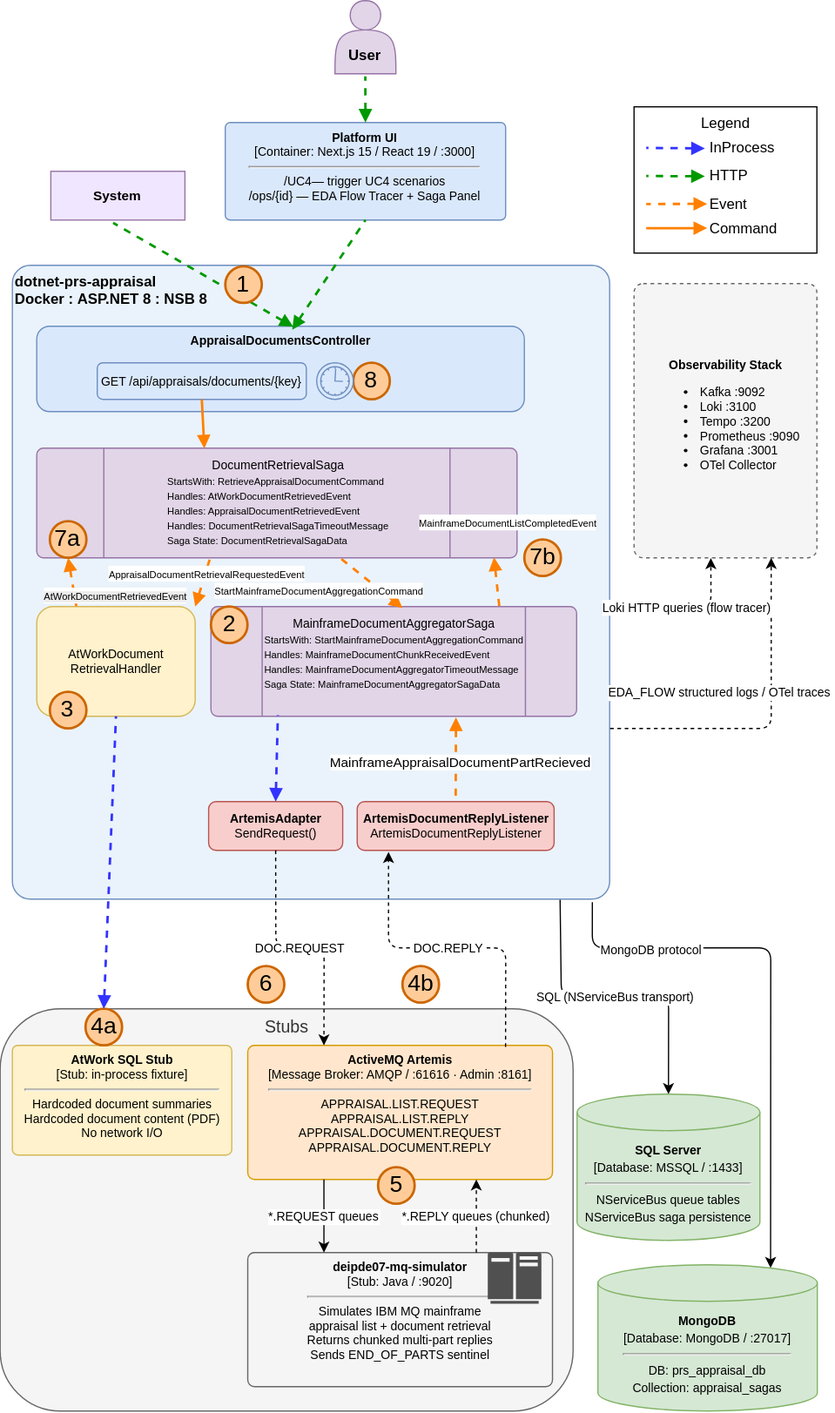
AIS-Commercial-Business-Unit/Middleware keeps this draw.io diagram as .pages_site/uc4-architecture-GetAppraisals.drawio.svg. Above is the earlier version. Source tidied: cells renumbered, new cells last; positions are measured from the earlier drawing's top-left corner, leaving out a move shared by most shapes.
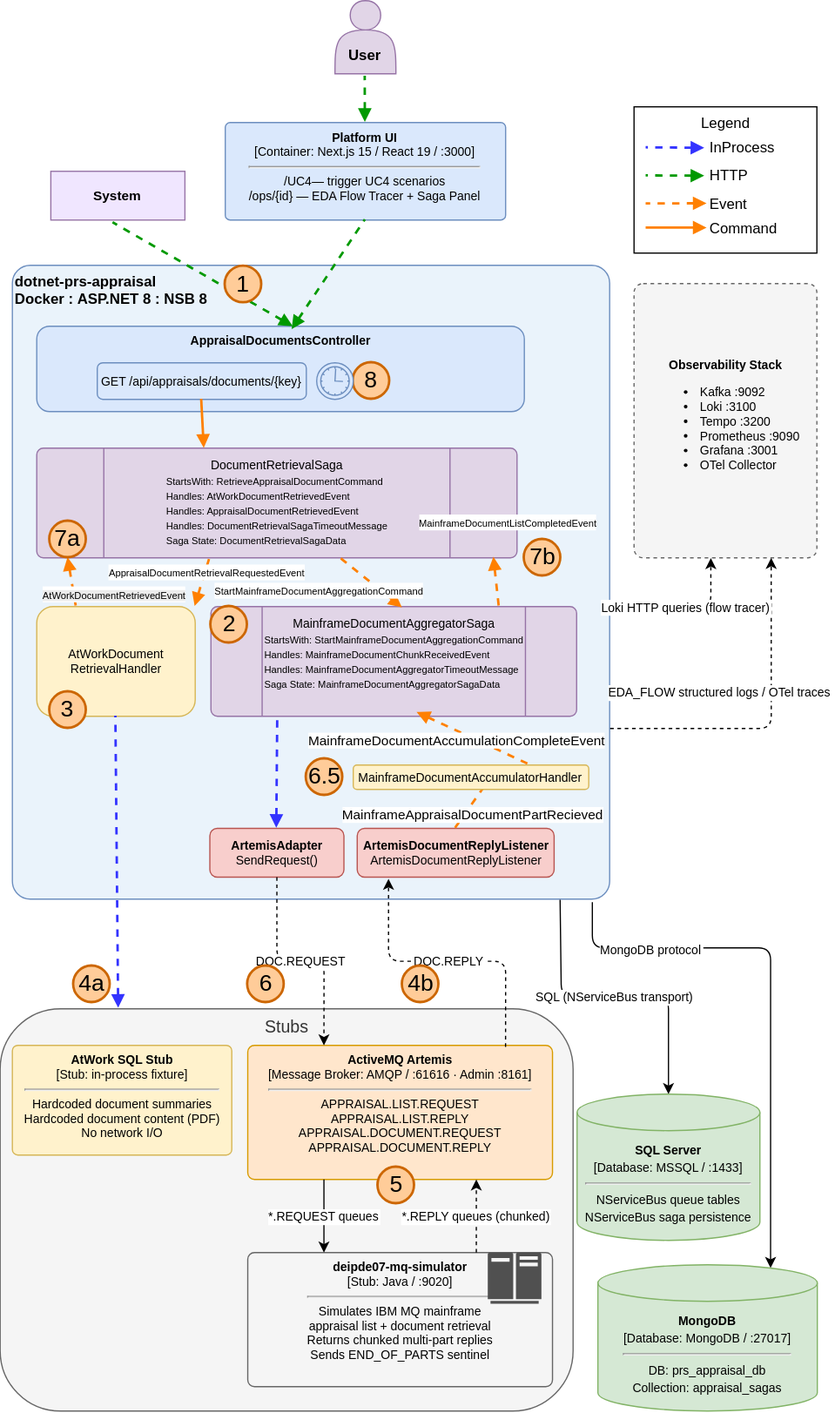
Above is the later version.

The edit, as a diff of the source:
```diff
@@ -77,21 +77,23 @@
       <mxGeometry x="172.6" y="497" width="300" height="90" as="geometry" />
     </mxCell>
     <mxCell id="22" value="&lt;div&gt;&lt;span style=&quot;background-color: transparent;&quot;&gt;&lt;b&gt;ArtemisDocumentReplyListener&lt;/b&gt;&lt;/span&gt;&lt;/div&gt;&lt;div&gt;ArtemisDocumentReplyListener&lt;/div&gt;" style="rounded=1;whiteSpace=wrap;html=1;fillColor=#f8cecc;strokeColor=#b85450;fontSize=10;" parent="1" vertex="1">
-      <mxGeometry x="292.6" y="657" width="161.5" height="40" as="geometry" />
+      <mxGeometry x="292.6" y="679" width="161.5" height="40" as="geometry" />
     </mxCell>
     <mxCell id="23" value="&lt;div&gt;&lt;b&gt;ArtemisAdapter&lt;/b&gt;&lt;/div&gt;&lt;div&gt;SendRequest()&lt;/div&gt;" style="rounded=1;whiteSpace=wrap;html=1;fillColor=#f8cecc;strokeColor=#b85450;fontSize=10;" parent="1" vertex="1">
-      <mxGeometry x="170.7" y="657" width="110" height="40" as="geometry" />
+      <mxGeometry x="171.7" y="679" width="110" height="40" as="geometry" />
     </mxCell>
     <mxCell id="24" style="endArrow=none;html=1;strokeWidth=2;rounded=0;startArrow=block;startFill=1;endFill=0;dashed=1;exitX=0.5;exitY=0;exitDx=0;exitDy=0;strokeColor=#3333FF;entryX=0.183;entryY=0.99;entryDx=0;entryDy=0;entryPerimeter=0;" parent="1" edge="1" source="23" target="21">
       <mxGeometry relative="1" as="geometry" />
     </mxCell>
     <mxCell id="25" style="endArrow=none;html=1;strokeWidth=2;rounded=0;startArrow=block;startFill=1;endFill=0;dashed=1;strokeColor=#FF8000;entryX=0.5;entryY=0;entryDx=0;entryDy=0;" parent="1" edge="1" target="22">
       <mxGeometry relative="1" as="geometry">
-        <mxPoint x="373.6" y="588" as="sourcePoint" />
+        <mxPoint x="410" y="627" as="sourcePoint" />
       </mxGeometry>
     </mxCell>
     <mxCell id="26" value="MainframeAppraisalDocumentPartRecieved" style="edgeLabel;html=1;align=center;verticalAlign=middle;" parent="25" vertex="1">
-      <mxGeometry x="0.05" y="3" relative="1" as="geometry" />
+      <mxGeometry x="0.05" y="3" relative="1" as="geometry">
+        <mxPoint x="-7" y="11" as="offset" />
+      </mxGeometry>
     </mxCell>
     <mxCell id="27" value="&lt;font style=&quot;font-size: 14px;&quot;&gt;Stubs&lt;/font&gt;" style="rounded=1;whiteSpace=wrap;html=1;align=center;verticalAlign=top;fillColor=#f5f5f5;fontColor=#333333;strokeColor=#666666;" parent="1" vertex="1">
       <mxGeometry x="-0.3" y="827" width="470" height="330" as="geometry" />
@@ -127,7 +129,7 @@
       <mxGeometry x="40.4" y="567" width="30" height="30" as="geometry" />
     </mxCell>
     <mxCell id="38" value="&lt;font style=&quot;color: rgb(0, 0, 0); font-size: 19px;&quot;&gt;4a&lt;/font&gt;" style="ellipse;whiteSpace=wrap;html=1;fillColor=#FFCC99;strokeColor=#CC6600;strokeWidth=2;" parent="1" vertex="1">
-      <mxGeometry x="69.7" y="827" width="30" height="30" as="geometry" />
+      <mxGeometry x="60" y="792" width="30" height="30" as="geometry" />
     </mxCell>
     <mxCell id="39" value="&lt;font style=&quot;color: rgb(0, 0, 0); font-size: 19px;&quot;&gt;4b&lt;/font&gt;&lt;span style=&quot;color: rgba(0, 0, 0, 0); font-family: monospace; font-size: 0px; text-align: start; white-space: nowrap;&quot;&gt;%3CmxGraphModel%3E%3Croot%3E%3CmxCell%20id%3D%220%22%2F%3E%3CmxCell%20id%3D%221%22%20parent%3D%220%22%2F%3E%3CmxCell%20id%3D%222%22%20parent%3D%221%22%20style%3D%22ellipse%3BwhiteSpace%3Dwrap%3Bhtml%3D1%3Baspect%3Dfixed%3BfillColor%3D%23FFCC99%3BstrokeColor%3D%23CC6600%3BstrokeWidth%3D2%3B%22%20value%3D%22%26lt%3Bfont%20style%3D%26quot%3Bcolor%3A%20rgb(0%2C%200%2C%200)%3B%20font-size%3A%2019px%3B%26quot%3B%26gt%3B4a%26lt%3B%2Ffont%26gt%3B%22%20vertex%3D%221%22%3E%3CmxGeometry%20height%3D%2230%22%20width%3D%2230%22%20x%3D%222230%22%20y%3D%22720%22%20as%3D%22geometry%22%2F%3E%3C%2FmxCell%3E%3C%2Froot%3E%3C%2FmxGraphModel%3E&lt;/span&gt;" style="ellipse;whiteSpace=wrap;html=1;fillColor=#FFCC99;strokeColor=#CC6600;strokeWidth=2;" parent="1" vertex="1">
       <mxGeometry x="329.7" y="792" width="30" height="30" as="geometry" />
@@ -165,7 +167,7 @@
         <mxPoint x="-39" y="11" as="offset" />
       </mxGeometry>
     </mxCell>
-    <mxCell id="49" style="endArrow=none;html=1;strokeWidth=2;rounded=0;startArrow=block;startFill=1;endFill=0;dashed=1;strokeColor=#3333FF;entryX=0.5;entryY=1;entryDx=0;entryDy=0;exitX=0.5;exitY=0;exitDx=0;exitDy=0;" parent="1" edge="1" source="38" target="20">
+    <mxCell id="49" style="endArrow=none;html=1;strokeWidth=2;rounded=0;startArrow=block;startFill=1;endFill=0;dashed=1;strokeColor=#3333FF;entryX=0.5;entryY=1;entryDx=0;entryDy=0;exitX=0.207;exitY=-0.001;exitDx=0;exitDy=0;exitPerimeter=0;" parent="1" edge="1" source="27" target="20">
       <mxGeometry relative="1" as="geometry" />
     </mxCell>
     <mxCell id="50" style="endArrow=none;html=1;strokeWidth=2;rounded=0;startArrow=block;startFill=1;endFill=0;dashed=1;strokeColor=#FF8000;entryX=0.25;entryY=0;entryDx=0;entryDy=0;exitX=0.5;exitY=1;exitDx=0;exitDy=0;" parent="1" edge="1" source="52" target="20">
@@ -227,5 +229,19 @@
     <mxCell id="64" style="sketch=0;shadow=0;dashed=0;html=1;strokeColor=none;fillColor=#505050;labelPosition=center;verticalLabelPosition=bottom;verticalAlign=top;align=center;shape=mxgraph.office.servers.mainframe_host;" parent="1" vertex="1">
       <mxGeometry x="399.7" y="1027" width="44" height="42" as="geometry" />
     </mxCell>
+    <mxCell id="65" value="&lt;div&gt;MainframeDocumentAccumulatorHandler&lt;/div&gt;" style="rounded=1;whiteSpace=wrap;html=1;fillColor=#fff2cc;strokeColor=#d6b656;fontSize=10;" parent="1" vertex="1">
+      <mxGeometry x="289.3" y="627" width="193.2" height="20" as="geometry" />
+    </mxCell>
+    <mxCell id="66" style="endArrow=none;html=1;strokeWidth=2;rounded=0;startArrow=block;startFill=1;endFill=0;dashed=1;strokeColor=#FF8000;entryX=0.75;entryY=0;entryDx=0;entryDy=0;exitX=0.564;exitY=0.967;exitDx=0;exitDy=0;exitPerimeter=0;" parent="1" edge="1" source="21" target="65">
+      <mxGeometry relative="1" as="geometry" />
+    </mxCell>
+    <mxCell id="67" value="MainframeDocumentAccumulationCompleteEvent" style="edgeLabel;html=1;align=center;verticalAlign=middle;" parent="66" vertex="1">
+      <mxGeometry x="0.05" y="3" relative="1" as="geometry">
+        <mxPoint x="-18" y="3" as="offset" />
+      </mxGeometry>
+    </mxCell>
+    <mxCell id="68" value="&lt;span style=&quot;font-size: 19px;&quot;&gt;6.5&lt;/span&gt;" style="ellipse;whiteSpace=wrap;html=1;fillColor=#FFCC99;strokeColor=#CC6600;strokeWidth=2;" parent="1" vertex="1">
+      <mxGeometry x="250.8" y="622" width="30" height="30" as="geometry" />
+    </mxCell>
   </root>
 </mxGraphModel>
```
